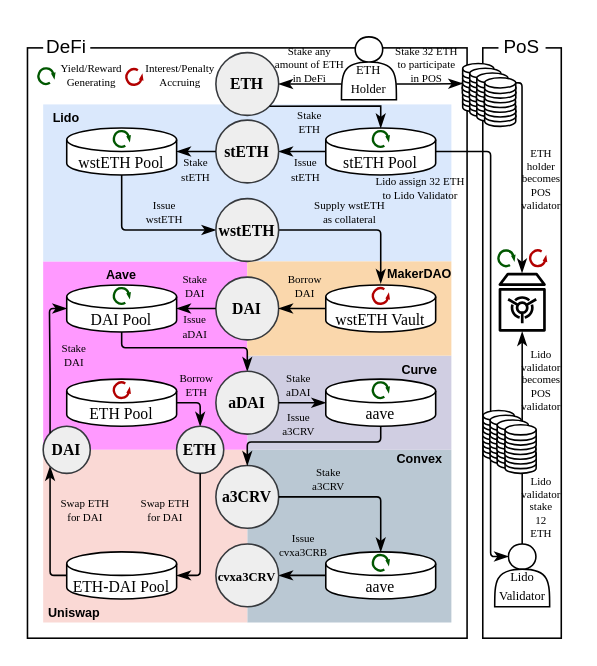
Above: diagrams/complexity.drawio in lyc0603/tvl-measurement (draw.io), before the change. Source tidied: cells renumbered, new cells numbered last; positions are measured from the earlier drawing's top-left corner, leaving out a move shared by most shapes. Both pictures are drawn from the tidied source at 157%, with x=0, y=0 at pixel (27, 31).
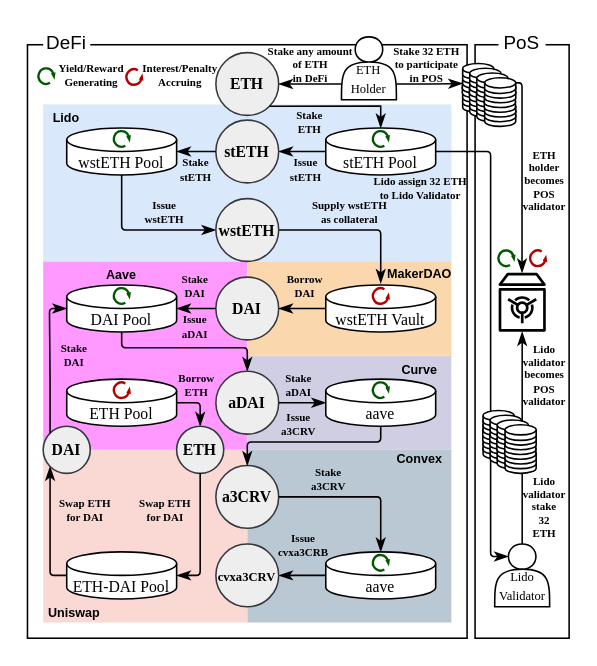
The same page after the edit.

Commit message (it also covers changes not shown here):
update figure size of complexity diagram

Diff of the diagram source:
```diff
@@
     <mxCell id="2" style="rounded=0;whiteSpace=wrap;html=1;" parent="1" vertex="1">
-      <mxGeometry x="290" y="10" width="50" height="376" as="geometry" />
+      <mxGeometry x="285.1" y="8" width="59.9" height="378" as="geometry" />
     </mxCell>
     <mxCell id="3" style="rounded=0;whiteSpace=wrap;html=1;" parent="1" vertex="1">
-      <mxGeometry y="10" width="280" height="376" as="geometry" />
+      <mxGeometry y="8" width="280" height="378" as="geometry" />
     </mxCell>
@@
     <mxCell id="130" value="DeFi" style="text;html=1;strokeColor=none;fillColor=default;align=center;verticalAlign=middle;whiteSpace=wrap;rounded=0;" parent="1" vertex="1">
-      <mxGeometry x="10" width="30" height="20" as="geometry" />
+      <mxGeometry x="10" y="-3" width="30" height="20" as="geometry" />
     </mxCell>
     <mxCell id="131" value="PoS" style="text;html=1;strokeColor=none;fillColor=default;align=center;verticalAlign=middle;whiteSpace=wrap;rounded=0;" parent="1" vertex="1">
-      <mxGeometry x="300" width="30" height="20" as="geometry" />
+      <mxGeometry x="300" y="-3" width="30" height="20" as="geometry" />
     </mxCell>
-    <mxCell id="132" value="Stake any amount of ETH&lt;br style=&quot;font-size: 7px;&quot;&gt;in DeFi" style="text;html=1;strokeColor=none;fillColor=none;align=center;verticalAlign=middle;whiteSpace=wrap;rounded=0;fontFamily=Times New Roman;fontSize=7;fontStyle=0;" parent="1" vertex="1">
-      <mxGeometry x="155" y="13" width="50" height="16" as="geometry" />
+    <mxCell id="132" value="Stake any amount &lt;br&gt;of ETH&lt;br style=&quot;font-size: 7px;&quot;&gt;in DeFi" style="text;html=1;strokeColor=none;fillColor=none;align=center;verticalAlign=middle;whiteSpace=wrap;rounded=0;fontFamily=Times New Roman;fontSize=7;fontStyle=1;" parent="1" vertex="1">
+      <mxGeometry x="147.5" y="13" width="65" height="16" as="geometry" />
     </mxCell>
@@
-    <mxCell id="134" value="Stake 32 ETH to participate in POS" style="text;html=1;strokeColor=none;fillColor=none;align=center;verticalAlign=middle;whiteSpace=wrap;rounded=0;fontFamily=Times New Roman;fontSize=7;fontStyle=0;" parent="1" vertex="1">
+    <mxCell id="134" value="Stake 32 ETH to participate in POS" style="text;html=1;strokeColor=none;fillColor=none;align=center;verticalAlign=middle;whiteSpace=wrap;rounded=0;fontFamily=Times New Roman;fontSize=7;fontStyle=1;" parent="1" vertex="1">
       <mxGeometry x="232" y="9.5" width="45" height="23" as="geometry" />
     </mxCell>
-    <mxCell id="135" value="Stake&lt;br&gt;ETH" style="text;html=1;strokeColor=none;fillColor=none;align=center;verticalAlign=middle;whiteSpace=wrap;rounded=0;fontFamily=Times New Roman;fontSize=7;fontStyle=0;" parent="1" vertex="1">
+    <mxCell id="135" value="Stake&lt;br&gt;ETH" style="text;html=1;strokeColor=none;fillColor=none;align=center;verticalAlign=middle;whiteSpace=wrap;rounded=0;fontFamily=Times New Roman;fontSize=7;fontStyle=1;" parent="1" vertex="1">
       <mxGeometry x="155" y="49" width="50" height="17" as="geometry" />
     </mxCell>
-    <mxCell id="136" value="Issue stETH" style="text;html=1;strokeColor=none;fillColor=none;align=center;verticalAlign=middle;whiteSpace=wrap;rounded=0;fontFamily=Times New Roman;fontSize=7;fontStyle=0;" parent="1" vertex="1">
+    <mxCell id="136" value="Issue stETH" style="text;html=1;strokeColor=none;fillColor=none;align=center;verticalAlign=middle;whiteSpace=wrap;rounded=0;fontFamily=Times New Roman;fontSize=7;fontStyle=1;" parent="1" vertex="1">
       <mxGeometry x="160" y="79" width="35" height="17" as="geometry" />
     </mxCell>
-    <mxCell id="137" value="Stake&lt;br&gt;stETH" style="text;html=1;strokeColor=none;fillColor=none;align=center;verticalAlign=middle;whiteSpace=wrap;rounded=0;fontFamily=Times New Roman;fontSize=7;fontStyle=0;" parent="1" vertex="1">
+    <mxCell id="137" value="Stake&lt;br&gt;stETH" style="text;html=1;strokeColor=none;fillColor=none;align=center;verticalAlign=middle;whiteSpace=wrap;rounded=0;fontFamily=Times New Roman;fontSize=7;fontStyle=1;" parent="1" vertex="1">
       <mxGeometry x="90" y="79" width="35" height="17" as="geometry" />
     </mxCell>
-    <mxCell id="138" value="Issue&lt;br&gt;wstETH" style="text;html=1;strokeColor=none;fillColor=none;align=center;verticalAlign=middle;whiteSpace=wrap;rounded=0;fontFamily=Times New Roman;fontSize=7;fontStyle=0;" parent="1" vertex="1">
+    <mxCell id="138" value="Issue&lt;br&gt;wstETH" style="text;html=1;strokeColor=none;fillColor=none;align=center;verticalAlign=middle;whiteSpace=wrap;rounded=0;fontFamily=Times New Roman;fontSize=7;fontStyle=1;" parent="1" vertex="1">
       <mxGeometry x="70" y="106" width="35" height="17" as="geometry" />
     </mxCell>
-    <mxCell id="139" value="Supply wstETH &lt;br&gt;as collateral" style="text;html=1;strokeColor=none;fillColor=none;align=center;verticalAlign=middle;whiteSpace=wrap;rounded=0;fontFamily=Times New Roman;fontSize=7;fontStyle=0;" parent="1" vertex="1">
+    <mxCell id="139" value="Supply wstETH &lt;br&gt;as collateral" style="text;html=1;strokeColor=none;fillColor=none;align=center;verticalAlign=middle;whiteSpace=wrap;rounded=0;fontFamily=Times New Roman;fontSize=7;fontStyle=1;" parent="1" vertex="1">
       <mxGeometry x="171.5" y="106" width="67" height="17" as="geometry" />
     </mxCell>
-    <mxCell id="140" value="Borrow&lt;br&gt;DAI" style="text;html=1;strokeColor=none;fillColor=none;align=center;verticalAlign=middle;whiteSpace=wrap;rounded=0;fontFamily=Times New Roman;fontSize=7;fontStyle=0;" parent="1" vertex="1">
+    <mxCell id="140" value="Borrow&lt;br&gt;DAI" style="text;html=1;strokeColor=none;fillColor=none;align=center;verticalAlign=middle;whiteSpace=wrap;rounded=0;fontFamily=Times New Roman;fontSize=7;fontStyle=1;" parent="1" vertex="1">
       <mxGeometry x="164" y="153" width="26" height="17" as="geometry" />
     </mxCell>
-    <mxCell id="141" value="Stake&lt;br&gt;DAI" style="text;html=1;strokeColor=none;fillColor=none;align=center;verticalAlign=middle;whiteSpace=wrap;rounded=0;fontFamily=Times New Roman;fontSize=7;fontStyle=0;" parent="1" vertex="1">
+    <mxCell id="141" value="Stake&lt;br&gt;DAI" style="text;html=1;strokeColor=none;fillColor=none;align=center;verticalAlign=middle;whiteSpace=wrap;rounded=0;fontFamily=Times New Roman;fontSize=7;fontStyle=1;" parent="1" vertex="1">
       <mxGeometry x="94" y="153" width="26" height="17" as="geometry" />
     </mxCell>
-    <mxCell id="142" value="Issue&lt;br&gt;aDAI" style="text;html=1;strokeColor=none;fillColor=none;align=center;verticalAlign=middle;whiteSpace=wrap;rounded=0;fontFamily=Times New Roman;fontSize=7;fontStyle=0;" parent="1" vertex="1">
+    <mxCell id="142" value="Issue&lt;br&gt;aDAI" style="text;html=1;strokeColor=none;fillColor=none;align=center;verticalAlign=middle;whiteSpace=wrap;rounded=0;fontFamily=Times New Roman;fontSize=7;fontStyle=1;" parent="1" vertex="1">
       <mxGeometry x="94" y="179" width="26" height="17" as="geometry" />
     </mxCell>
-    <mxCell id="143" value="Stake&lt;br&gt;aDAI" style="text;html=1;strokeColor=none;fillColor=none;align=center;verticalAlign=middle;whiteSpace=wrap;rounded=0;fontFamily=Times New Roman;fontSize=7;fontStyle=0;" parent="1" vertex="1">
+    <mxCell id="143" value="Stake&lt;br&gt;aDAI" style="text;html=1;strokeColor=none;fillColor=none;align=center;verticalAlign=middle;whiteSpace=wrap;rounded=0;fontFamily=Times New Roman;fontSize=7;fontStyle=1;" parent="1" vertex="1">
       <mxGeometry x="160" y="216" width="26" height="17" as="geometry" />
     </mxCell>
-    <mxCell id="144" value="Issue&lt;br&gt;a3CRV" style="text;html=1;strokeColor=none;fillColor=none;align=center;verticalAlign=middle;whiteSpace=wrap;rounded=0;fontFamily=Times New Roman;fontSize=7;fontStyle=0;" parent="1" vertex="1">
+    <mxCell id="144" value="Issue&lt;br&gt;a3CRV" style="text;html=1;strokeColor=none;fillColor=none;align=center;verticalAlign=middle;whiteSpace=wrap;rounded=0;fontFamily=Times New Roman;fontSize=7;fontStyle=1;" parent="1" vertex="1">
       <mxGeometry x="160" y="241" width="26" height="17" as="geometry" />
     </mxCell>
-    <mxCell id="145" value="Stake&lt;br&gt;a3CRV" style="text;html=1;strokeColor=none;fillColor=none;align=center;verticalAlign=middle;whiteSpace=wrap;rounded=0;fontFamily=Times New Roman;fontSize=7;fontStyle=0;" parent="1" vertex="1">
+    <mxCell id="145" value="Stake&lt;br&gt;a3CRV" style="text;html=1;strokeColor=none;fillColor=none;align=center;verticalAlign=middle;whiteSpace=wrap;rounded=0;fontFamily=Times New Roman;fontSize=7;fontStyle=1;" parent="1" vertex="1">
       <mxGeometry x="179" y="276" width="26" height="17" as="geometry" />
     </mxCell>
-    <mxCell id="146" value="Issue&lt;br&gt;cvxa3CRB" style="text;html=1;strokeColor=none;fillColor=none;align=center;verticalAlign=middle;whiteSpace=wrap;rounded=0;fontFamily=Times New Roman;fontSize=7;fontStyle=0;" parent="1" vertex="1">
+    <mxCell id="146" value="Issue&lt;br&gt;cvxa3CRB" style="text;html=1;strokeColor=none;fillColor=none;align=center;verticalAlign=middle;whiteSpace=wrap;rounded=0;fontFamily=Times New Roman;fontSize=7;fontStyle=1;" parent="1" vertex="1">
       <mxGeometry x="163" y="318" width="26" height="17" as="geometry" />
     </mxCell>
-    <mxCell id="147" value="Borrow&lt;br&gt;ETH" style="text;html=1;strokeColor=none;fillColor=none;align=center;verticalAlign=middle;whiteSpace=wrap;rounded=0;fontFamily=Times New Roman;fontSize=7;fontStyle=0;" parent="1" vertex="1">
+    <mxCell id="147" value="Borrow&lt;br&gt;ETH" style="text;html=1;strokeColor=none;fillColor=none;align=center;verticalAlign=middle;whiteSpace=wrap;rounded=0;fontFamily=Times New Roman;fontSize=7;fontStyle=1;" parent="1" vertex="1">
       <mxGeometry x="94.5" y="216" width="26" height="17" as="geometry" />
     </mxCell>
-    <mxCell id="148" value="Swap ETH&lt;br&gt;for DAI" style="text;html=1;strokeColor=none;fillColor=none;align=center;verticalAlign=middle;whiteSpace=wrap;rounded=0;fontFamily=Times New Roman;fontSize=7;fontStyle=0;" parent="1" vertex="1">
+    <mxCell id="148" value="Swap ETH&lt;br&gt;for DAI" style="text;html=1;strokeColor=none;fillColor=none;align=center;verticalAlign=middle;whiteSpace=wrap;rounded=0;fontFamily=Times New Roman;fontSize=7;fontStyle=1;" parent="1" vertex="1">
       <mxGeometry x="67.5" y="293" width="40" height="23" as="geometry" />
     </mxCell>
-    <mxCell id="149" value="Stake&lt;br&gt;DAI" style="text;html=1;strokeColor=none;fillColor=none;align=center;verticalAlign=middle;whiteSpace=wrap;rounded=0;fontFamily=Times New Roman;fontSize=7;fontStyle=0;" parent="1" vertex="1">
+    <mxCell id="149" value="Stake&lt;br&gt;DAI" style="text;html=1;strokeColor=none;fillColor=none;align=center;verticalAlign=middle;whiteSpace=wrap;rounded=0;fontFamily=Times New Roman;fontSize=7;fontStyle=1;" parent="1" vertex="1">
       <mxGeometry x="17" y="197.5" width="26" height="17" as="geometry" />
     </mxCell>
-    <mxCell id="150" value="Lido assign 32 ETH&lt;br&gt;to Lido Validator" style="text;html=1;strokeColor=none;fillColor=none;align=center;verticalAlign=middle;whiteSpace=wrap;rounded=0;fontFamily=Times New Roman;fontSize=7;fontStyle=0;" parent="1" vertex="1">
+    <mxCell id="150" value="Lido assign 32 ETH&lt;br&gt;to Lido Validator" style="text;html=1;strokeColor=none;fillColor=none;align=center;verticalAlign=middle;whiteSpace=wrap;rounded=0;fontFamily=Times New Roman;fontSize=7;fontStyle=1;" parent="1" vertex="1">
       <mxGeometry x="216.5" y="91" width="67" height="17" as="geometry" />
     </mxCell>
-    <mxCell id="151" value="Swap ETH&lt;br&gt;for DAI" style="text;html=1;strokeColor=none;fillColor=none;align=center;verticalAlign=middle;whiteSpace=wrap;rounded=0;fontFamily=Times New Roman;fontSize=7;fontStyle=0;" parent="1" vertex="1">
+    <mxCell id="151" value="Swap ETH&lt;br&gt;for DAI" style="text;html=1;strokeColor=none;fillColor=none;align=center;verticalAlign=middle;whiteSpace=wrap;rounded=0;fontFamily=Times New Roman;fontSize=7;fontStyle=1;" parent="1" vertex="1">
       <mxGeometry x="17" y="293" width="40" height="23" as="geometry" />
     </mxCell>
-    <mxCell id="152" value="ETH holder&lt;br&gt;becomes&lt;br&gt;POS&lt;br&gt;validator" style="text;html=1;strokeColor=none;fillColor=none;align=center;verticalAlign=middle;whiteSpace=wrap;rounded=0;fontFamily=Times New Roman;fontSize=7;fontStyle=0;" parent="1" vertex="1">
-      <mxGeometry x="321" y="72" width="12.6" height="43" as="geometry" />
+    <mxCell id="152" value="ETH holder&lt;br&gt;becomes&lt;br&gt;POS&lt;br&gt;validator" style="text;html=1;strokeColor=none;fillColor=none;align=center;verticalAlign=middle;whiteSpace=wrap;rounded=0;fontFamily=Times New Roman;fontSize=7;fontStyle=1;" parent="1" vertex="1">
+      <mxGeometry x="323" y="73" width="12.6" height="43" as="geometry" />
     </mxCell>
-    <mxCell id="153" value="Lido&lt;br&gt;validator&lt;br&gt;becomes&lt;br&gt;POS&lt;br&gt;validator" style="text;html=1;strokeColor=none;fillColor=none;align=center;verticalAlign=middle;whiteSpace=wrap;rounded=0;fontFamily=Times New Roman;fontSize=7;fontStyle=0;" parent="1" vertex="1">
-      <mxGeometry x="323" y="200" width="9" height="43" as="geometry" />
+    <mxCell id="153" value="Lido&lt;br&gt;validator&lt;br&gt;becomes&lt;br&gt;POS&lt;br&gt;validator" style="text;html=1;strokeColor=none;fillColor=none;align=center;verticalAlign=middle;whiteSpace=wrap;rounded=0;fontFamily=Times New Roman;fontSize=7;fontStyle=1;" parent="1" vertex="1">
+      <mxGeometry x="324.8" y="197.5" width="9" height="43" as="geometry" />
     </mxCell>
-    <mxCell id="154" value="Lido&lt;br&gt;validator&lt;br&gt;stake&lt;br&gt;12&lt;br&gt;ETH" style="text;html=1;strokeColor=none;fillColor=none;align=center;verticalAlign=middle;whiteSpace=wrap;rounded=0;fontFamily=Times New Roman;fontSize=7;fontStyle=0;" parent="1" vertex="1">
-      <mxGeometry x="323" y="281" width="9" height="43" as="geometry" />
+    <mxCell id="154" value="Lido&lt;br&gt;validator&lt;br&gt;stake&lt;br&gt;32&lt;br&gt;ETH" style="text;html=1;strokeColor=none;fillColor=none;align=center;verticalAlign=middle;whiteSpace=wrap;rounded=0;fontFamily=Times New Roman;fontSize=7;fontStyle=1;" parent="1" vertex="1">
+      <mxGeometry x="324.8" y="281" width="9" height="43" as="geometry" />
     </mxCell>
@@
-    <mxCell id="156" value="Yield/Reward&lt;br&gt;Generating" style="text;html=1;strokeColor=none;fillColor=none;align=center;verticalAlign=middle;whiteSpace=wrap;rounded=0;fontFamily=Times New Roman;fontSize=7;fontStyle=0;" parent="1" vertex="1">
+    <mxCell id="156" value="Yield/Reward&lt;br&gt;Generating" style="text;html=1;strokeColor=none;fillColor=none;align=center;verticalAlign=middle;whiteSpace=wrap;rounded=0;fontFamily=Times New Roman;fontSize=7;fontStyle=1;" parent="1" vertex="1">
       <mxGeometry x="13.5" y="20" width="54" height="16" as="geometry" />
     </mxCell>
@@
-    <mxCell id="158" value="Interest/Penalty&lt;br&gt;Accruing" style="text;html=1;strokeColor=none;fillColor=none;align=center;verticalAlign=middle;whiteSpace=wrap;rounded=0;fontFamily=Times New Roman;fontSize=7;fontStyle=0;" parent="1" vertex="1">
+    <mxCell id="158" value="Interest/Penalty&lt;br&gt;Accruing" style="text;html=1;strokeColor=none;fillColor=none;align=center;verticalAlign=middle;whiteSpace=wrap;rounded=0;fontFamily=Times New Roman;fontSize=7;fontStyle=1;" parent="1" vertex="1">
       <mxGeometry x="70" y="20" width="55" height="16" as="geometry" />
     </mxCell>
```
